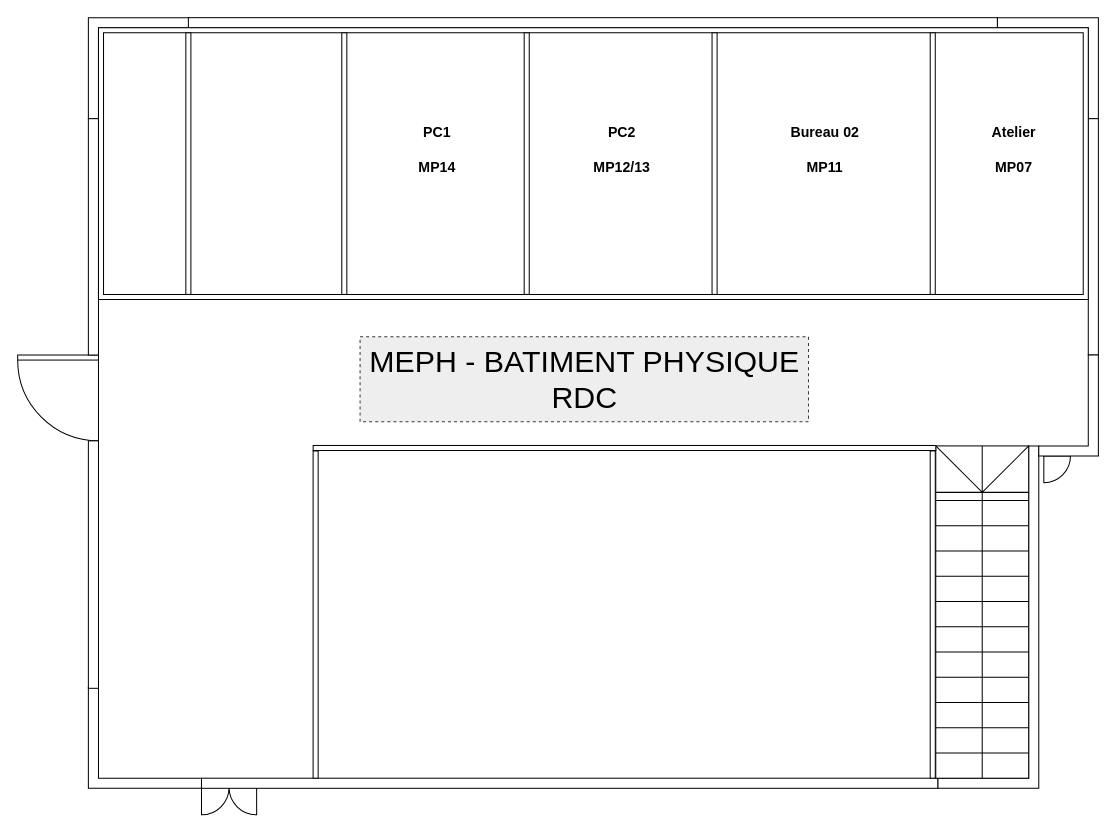
Before: meph-plan_physique_RDC.drawio in gI7DUmmY/diagrams, a draw.io diagram. Source tidied: cells renumbered, new cells numbered last; positions are measured from the earlier drawing's top-left corner, leaving out a move shared by most shapes. Both pictures are drawn from the tidied source at 101%, with x=0, y=0 at pixel (17, 17).
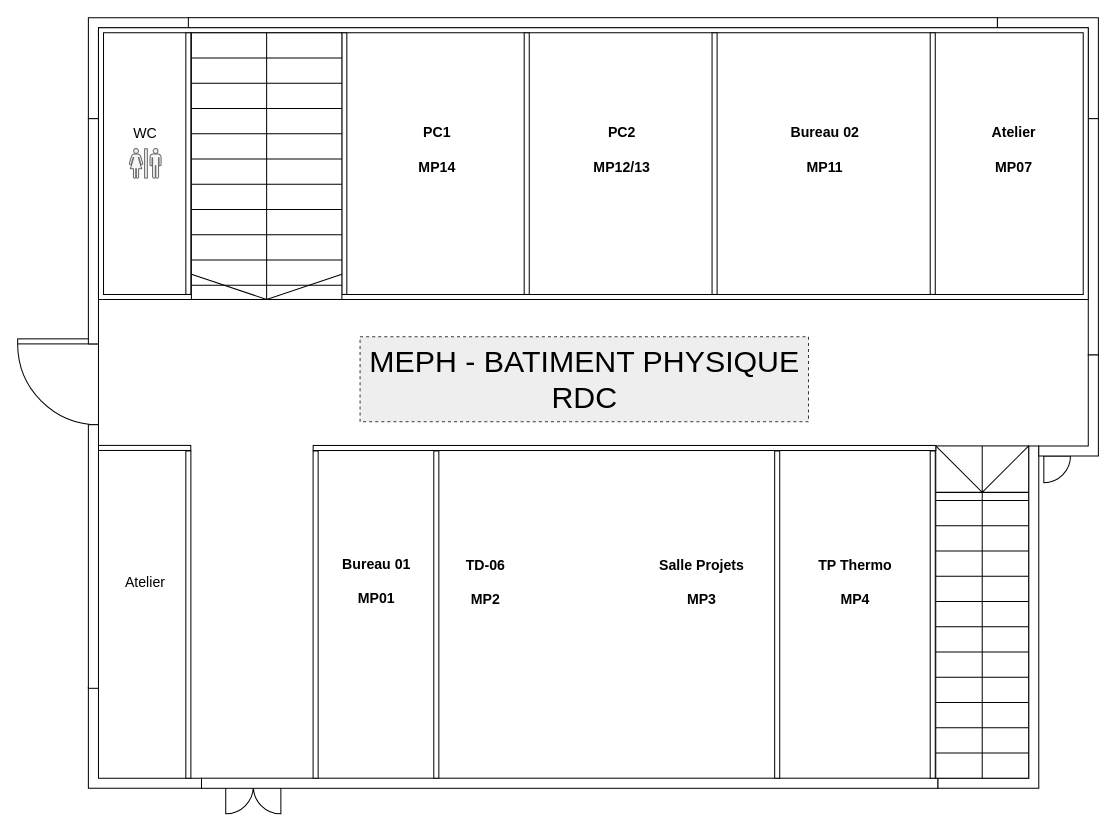
Above is the later version.

Commit message (it also covers changes not shown here):
Mettre à jour meph-plan_physique_RDC.drawio

Change to the diagram source:
```diff
@@
+    <mxCell id="30" style="verticalLabelPosition=bottom;html=1;verticalAlign=top;align=center;shape=mxgraph.floorplan.wall;direction=south;fontFamily=Helvetica;fontSize=12;wallThickness=5;rotation=90;" parent="1" vertex="1">
+      <mxGeometry x="120.6" y="380.2" width="10" height="91.6" as="geometry" />
+    </mxCell>
@@
     <mxCell id="3" style="verticalLabelPosition=bottom;html=1;verticalAlign=top;align=center;shape=mxgraph.floorplan.doorRight;" parent="1" vertex="1">
-      <mxGeometry y="334" width="80" height="85" as="geometry" />
+      <mxGeometry y="318" width="80" height="85" as="geometry" />
     </mxCell>
@@
     <mxCell id="9" style="verticalLabelPosition=bottom;html=1;verticalAlign=top;align=center;shape=mxgraph.floorplan.wall;direction=south;" parent="1" vertex="1">
-      <mxGeometry x="70" y="100" width="10" height="234" as="geometry" />
+      <mxGeometry x="70" y="100" width="10" height="223" as="geometry" />
     </mxCell>
     <mxCell id="10" style="verticalLabelPosition=bottom;html=1;verticalAlign=top;align=center;shape=mxgraph.floorplan.wall;direction=south;" parent="1" vertex="1">
-      <mxGeometry x="70" y="419" width="10" height="245" as="geometry" />
+      <mxGeometry x="70" y="403" width="10" height="261" as="geometry" />
     </mxCell>
@@
     <mxCell id="16" style="verticalLabelPosition=bottom;html=1;verticalAlign=top;align=center;shape=mxgraph.floorplan.doorDouble;strokeColor=default;fontFamily=Helvetica;fontSize=12;fontColor=default;fillColor=default;" parent="1" vertex="1">
-      <mxGeometry x="182" y="757" width="54.6" height="29" as="geometry" />
+      <mxGeometry x="206" y="756" width="54.6" height="29" as="geometry" />
     </mxCell>
@@
+    <mxCell id="31" style="verticalLabelPosition=bottom;html=1;verticalAlign=top;align=center;shape=mxgraph.floorplan.wall;direction=south;fontFamily=Helvetica;fontSize=12;wallThickness=5;" parent="1" vertex="1">
+      <mxGeometry x="409.5" y="429" width="10" height="324" as="geometry" />
+    </mxCell>
+    <mxCell id="32" style="verticalLabelPosition=bottom;html=1;verticalAlign=top;align=center;shape=mxgraph.floorplan.wall;direction=south;fontFamily=Helvetica;fontSize=12;wallThickness=5;" parent="1" vertex="1">
+      <mxGeometry x="747" y="429" width="10" height="324" as="geometry" />
+    </mxCell>
+    <mxCell id="33" value="&lt;div style=&quot;font-size: 14px;&quot;&gt;Bureau 01&lt;/div&gt;&lt;div style=&quot;font-size: 14px;&quot;&gt;&lt;br&gt;&lt;/div&gt;&lt;div style=&quot;font-size: 14px;&quot;&gt;MP01&lt;/div&gt;" style="text;html=1;align=center;verticalAlign=middle;strokeColor=none;fillColor=none;fontFamily=Helvetica;fontSize=14;fontColor=default;fontStyle=1;" parent="1" vertex="1">
+      <mxGeometry x="313" y="527" width="83" height="62" as="geometry" />
+    </mxCell>
+    <mxCell id="34" style="verticalLabelPosition=bottom;html=1;verticalAlign=top;align=center;shape=mxgraph.floorplan.wall;direction=south;fontFamily=Helvetica;fontSize=12;wallThickness=5;" parent="1" vertex="1">
+      <mxGeometry x="164" y="429" width="10" height="324" as="geometry" />
+    </mxCell>
+    <mxCell id="35" value="&lt;div style=&quot;font-size: 14px;&quot;&gt;&lt;span style=&quot;font-weight: normal;&quot;&gt;Atelier&lt;/span&gt;&lt;/div&gt;" style="text;html=1;align=center;verticalAlign=middle;strokeColor=none;fillColor=none;fontFamily=Helvetica;fontSize=14;fontColor=default;fontStyle=1;" parent="1" vertex="1">
+      <mxGeometry x="97.1" y="544" width="58" height="29" as="geometry" />
+    </mxCell>
+    <mxCell id="36" value="&lt;div style=&quot;font-size: 14px;&quot;&gt;TD-06&lt;/div&gt;&lt;div style=&quot;font-size: 14px;&quot;&gt;&lt;br&gt;&lt;/div&gt;&lt;div style=&quot;font-size: 14px;&quot;&gt;MP2&lt;/div&gt;" style="text;html=1;align=center;verticalAlign=middle;strokeColor=none;fillColor=none;fontFamily=Helvetica;fontSize=14;fontColor=default;fontStyle=1;" parent="1" vertex="1">
+      <mxGeometry x="434" y="527.5" width="57" height="62" as="geometry" />
+    </mxCell>
+    <mxCell id="37" value="&lt;div style=&quot;font-size: 14px;&quot;&gt;Salle Projets&lt;/div&gt;&lt;div style=&quot;font-size: 14px;&quot;&gt;&lt;br&gt;&lt;/div&gt;&lt;div style=&quot;font-size: 14px;&quot;&gt;MP3&lt;/div&gt;" style="text;html=1;align=center;verticalAlign=middle;strokeColor=none;fillColor=none;fontFamily=Helvetica;fontSize=14;fontColor=default;fontStyle=1;" parent="1" vertex="1">
+      <mxGeometry x="628" y="527.5" width="97" height="62" as="geometry" />
+    </mxCell>
+    <mxCell id="38" value="&lt;div style=&quot;font-size: 14px;&quot;&gt;TP Thermo&lt;/div&gt;&lt;div style=&quot;font-size: 14px;&quot;&gt;&lt;br&gt;&lt;/div&gt;&lt;div style=&quot;font-size: 14px;&quot;&gt;MP4&lt;/div&gt;" style="text;html=1;align=center;verticalAlign=middle;strokeColor=none;fillColor=none;fontFamily=Helvetica;fontSize=14;fontColor=default;fontStyle=1;" parent="1" vertex="1">
+      <mxGeometry x="785" y="527.5" width="88" height="62" as="geometry" />
+    </mxCell>
+    <mxCell id="39" style="verticalLabelPosition=bottom;html=1;verticalAlign=top;align=center;shape=mxgraph.floorplan.stairs;direction=south;" parent="1" vertex="1">
+      <mxGeometry x="172" y="15" width="149" height="264" as="geometry" />
+    </mxCell>
+    <mxCell id="40" value="&lt;div style=&quot;font-size: 14px;&quot;&gt;&lt;span style=&quot;font-weight: normal;&quot;&gt;WC&lt;/span&gt;&lt;/div&gt;" style="text;html=1;align=center;verticalAlign=middle;strokeColor=none;fillColor=none;fontFamily=Helvetica;fontSize=14;fontColor=default;fontStyle=1;" parent="1" vertex="1">
+      <mxGeometry x="105.6" y="100" width="41" height="29" as="geometry" />
+    </mxCell>
+    <mxCell id="41" style="shape=mxgraph.signs.people.unisex;html=1;fillColor=#f5f5f5;strokeColor=#666666;verticalLabelPosition=bottom;verticalAlign=top;align=center;sketch=0;fontColor=#333333;" parent="1" vertex="1">
+      <mxGeometry x="110.2" y="129.6" width="31.8" height="29.8" as="geometry" />
+    </mxCell>
```
